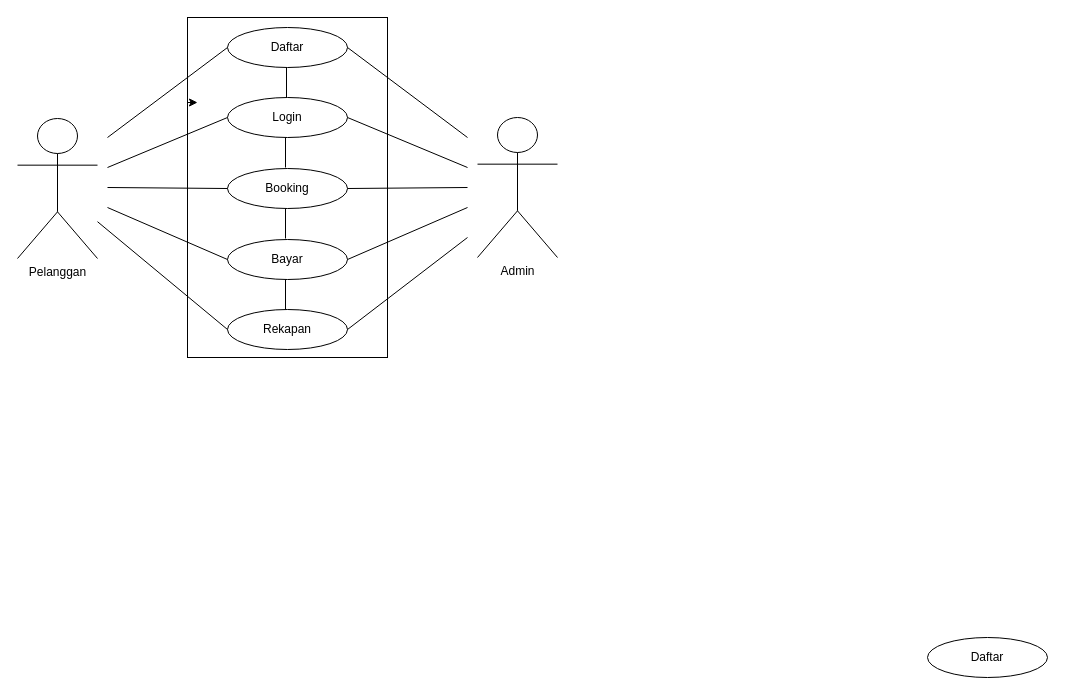
Before: page "Halaman-1" (1 of 2) of use_case.drawio in The-Pranksters/Booking-Aula, a draw.io diagram. Source tidied: cells renumbered, new cells numbered last; positions are measured from the earlier drawing's top-left corner, leaving out a move shared by most shapes. Both pictures are drawn from the tidied source at 100%, with x=0, y=0 at pixel (17, 17).
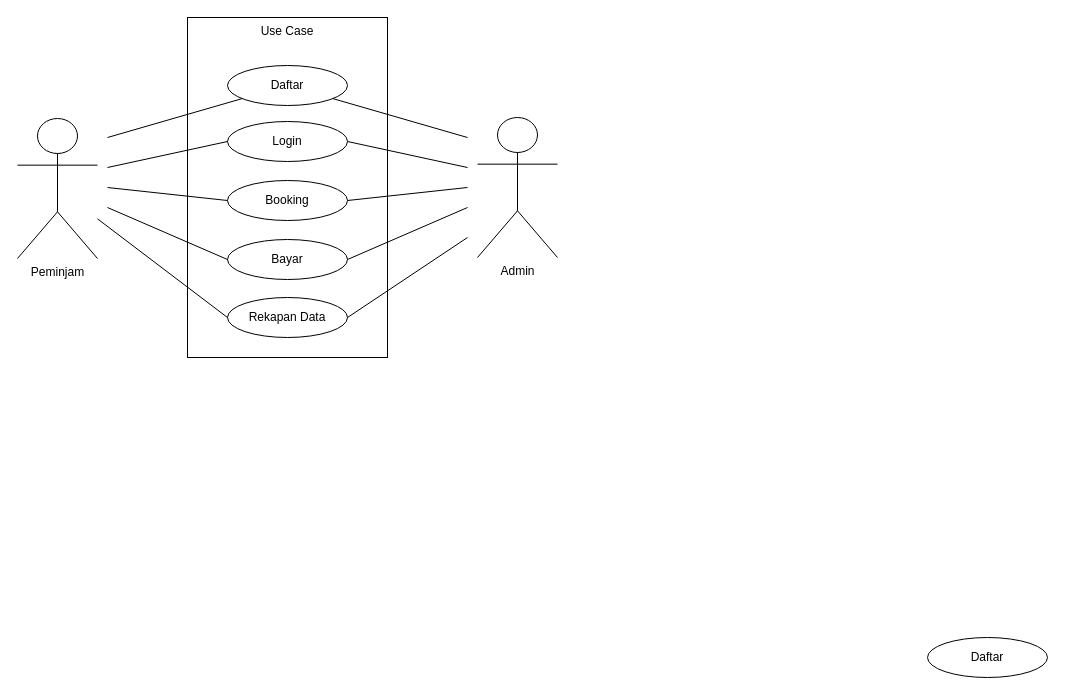
The same page after the edit.

The edit, as a diff of the source:
```diff
@@
-    <mxCell id="2" style="rounded=0;whiteSpace=wrap;html=1;" parent="1" vertex="1">
+    <mxCell id="2" value="Use Case" style="rounded=0;whiteSpace=wrap;html=1;verticalAlign=top;" parent="1" vertex="1">
       <mxGeometry x="170" width="200" height="340" as="geometry" />
     </mxCell>
     <mxCell id="3" value="Daftar" style="ellipse;whiteSpace=wrap;html=1;" parent="1" vertex="1">
-      <mxGeometry x="210" y="10" width="120" height="40" as="geometry" />
+      <mxGeometry x="210" y="48" width="120" height="40" as="geometry" />
     </mxCell>
     <mxCell id="4" value="Login" style="ellipse;whiteSpace=wrap;html=1;" parent="1" vertex="1">
-      <mxGeometry x="210" y="80" width="120" height="40" as="geometry" />
+      <mxGeometry x="210" y="104" width="120" height="40" as="geometry" />
     </mxCell>
     <mxCell id="5" value="Booking" style="ellipse;whiteSpace=wrap;html=1;" parent="1" vertex="1">
-      <mxGeometry x="210" y="151" width="120" height="40" as="geometry" />
+      <mxGeometry x="210" y="163" width="120" height="40" as="geometry" />
     </mxCell>
-    <mxCell id="6" style="endArrow=none;html=1;rounded=0;fontStyle=1;" parent="1" edge="1">
-      <mxGeometry relative="1" as="geometry">
-        <mxPoint x="268" y="150" as="sourcePoint" />
-        <mxPoint x="268" y="120" as="targetPoint" />
-      </mxGeometry>
-    </mxCell>
@@
-    <mxCell id="9" style="endArrow=none;html=1;rounded=0;fontStyle=1;" parent="1" edge="1">
-      <mxGeometry relative="1" as="geometry">
-        <mxPoint x="268" y="221" as="sourcePoint" />
-        <mxPoint x="268" y="191" as="targetPoint" />
-      </mxGeometry>
-    </mxCell>
@@
-    <mxCell id="11" value="Pelanggan" style="shape=umlActor;verticalLabelPosition=bottom;verticalAlign=top;html=1;outlineConnect=0;" parent="1" vertex="1">
+    <mxCell id="11" value="Peminjam" style="shape=umlActor;verticalLabelPosition=bottom;verticalAlign=top;html=1;outlineConnect=0;" parent="1" vertex="1">
       <mxGeometry y="101" width="80" height="140" as="geometry" />
     </mxCell>
@@
-    <mxCell id="13" style="endArrow=none;html=1;rounded=0;" parent="1" edge="1">
+    <mxCell id="13" style="endArrow=none;html=1;rounded=0;" parent="1" edge="1" target="3">
       <mxGeometry relative="1" as="geometry">
         <mxPoint x="90" y="120" as="sourcePoint" />
-        <mxPoint x="210" y="30" as="targetPoint" />
       </mxGeometry>
     </mxCell>
-    <mxCell id="14" value="Rekapan" style="ellipse;whiteSpace=wrap;html=1;" parent="1" vertex="1">
-      <mxGeometry x="210" y="292" width="120" height="40" as="geometry" />
+    <mxCell id="14" value="Rekapan Data" style="ellipse;whiteSpace=wrap;html=1;" parent="1" vertex="1">
+      <mxGeometry x="210" y="280" width="120" height="40" as="geometry" />
     </mxCell>
-    <mxCell id="15" style="endArrow=none;html=1;rounded=0;fontStyle=1;" parent="1" edge="1">
-      <mxGeometry relative="1" as="geometry">
-        <mxPoint x="268" y="292" as="sourcePoint" />
-        <mxPoint x="268" y="262" as="targetPoint" />
-      </mxGeometry>
-    </mxCell>
@@
-    <mxCell id="20" style="endArrow=none;html=1;rounded=0;exitX=1;exitY=0.5;exitDx=0;exitDy=0;" parent="1" edge="1" source="3">
+    <mxCell id="20" style="endArrow=none;html=1;rounded=0;" parent="1" edge="1" source="3">
       <mxGeometry relative="1" as="geometry">
         <mxPoint x="450" y="120" as="targetPoint" />
       </mxGeometry>
     </mxCell>
@@
-    <mxCell id="23" style="endArrow=none;html=1;rounded=0;fontStyle=1;" parent="1" edge="1">
-      <mxGeometry relative="1" as="geometry">
-        <mxPoint x="269" y="80" as="sourcePoint" />
-        <mxPoint x="269" y="50" as="targetPoint" />
-      </mxGeometry>
-    </mxCell>
@@
-    <mxCell id="26" style="edgeStyle=orthogonalEdgeStyle;rounded=0;orthogonalLoop=1;jettySize=auto;html=1;exitX=0;exitY=0.25;exitDx=0;exitDy=0;entryX=0.05;entryY=0.25;entryDx=0;entryDy=0;entryPerimeter=0;" parent="1" edge="1" source="2" target="2">
-      <mxGeometry relative="1" as="geometry" />
-    </mxCell>
```
